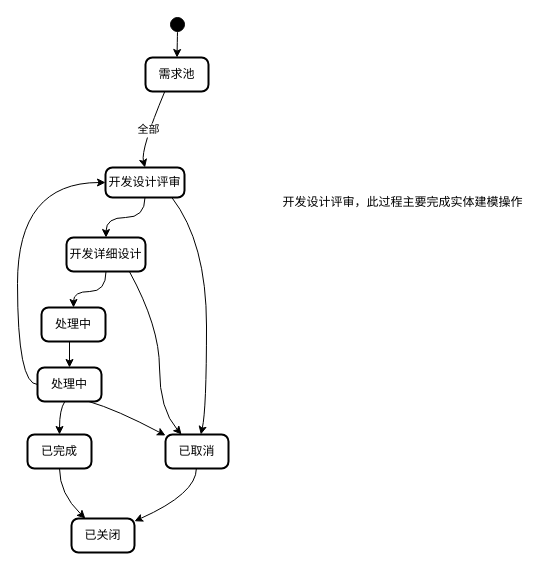
Above: 未命名绘图.drawio in bachcuda/etltool (draw.io), before the change. Source tidied: cells renumbered, new cells numbered last; positions are measured from the earlier drawing's top-left corner, leaving out a move shared by most shapes. Both pictures are drawn from the tidied source at 100%, with x=0, y=0 at pixel (27, 17).
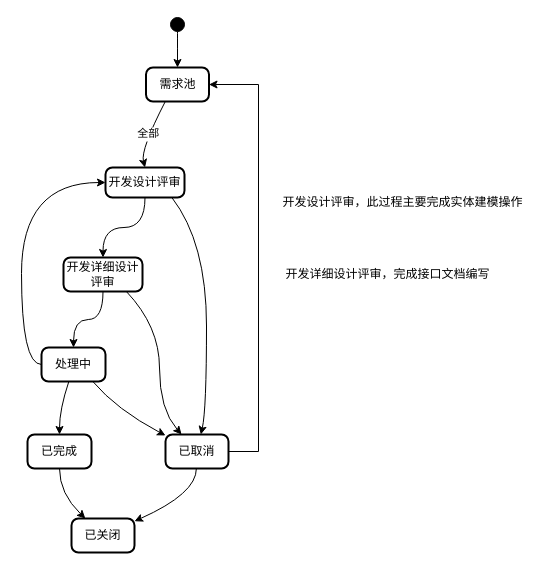
After the change.

Commit message (it also covers changes not shown here):
更新未命名绘图.drawio

The change refers to these unchanged cells:
```xml
<mxCell id="12" value="已取消" style="rounded=1;absoluteArcSize=1;arcSize=14;whiteSpace=wrap;strokeWidth=2;" parent="1" vertex="1">
  <mxGeometry x="138" y="417" width="63" height="34" as="geometry" />
</mxCell>
```

What changed in the source:
```diff
@@
     <mxCell id="3" value="需求池" style="rounded=1;absoluteArcSize=1;arcSize=14;whiteSpace=wrap;strokeWidth=2;" parent="1" vertex="1">
-      <mxGeometry x="118" y="40" width="63" height="34" as="geometry" />
+      <mxGeometry x="118.5" y="50" width="63" height="34" as="geometry" />
     </mxCell>
@@
-    <mxCell id="6" style="edgeStyle=orthogonalEdgeStyle;rounded=0;jettySize=auto;html=1;entryX=0.5;entryY=0;entryDx=0;entryDy=0;curved=1;" parent="1" edge="1" source="7" target="23">
+    <mxCell id="6" style="edgeStyle=orthogonalEdgeStyle;rounded=0;jettySize=auto;html=1;entryX=0.5;entryY=0;entryDx=0;entryDy=0;curved=1;" parent="1" edge="1" source="7" target="9">
       <mxGeometry relative="1" as="geometry" />
     </mxCell>
-    <mxCell id="7" value="开发详细设计" style="rounded=1;absoluteArcSize=1;arcSize=14;whiteSpace=wrap;strokeWidth=2;" parent="1" vertex="1">
-      <mxGeometry x="39" y="220" width="79" height="34" as="geometry" />
+    <mxCell id="7" value="开发详细设计评审" style="rounded=1;absoluteArcSize=1;arcSize=14;whiteSpace=wrap;strokeWidth=2;" parent="1" vertex="1">
+      <mxGeometry x="36" y="240" width="79" height="34" as="geometry" />
     </mxCell>
@@
     <mxCell id="9" value="处理中" style="rounded=1;absoluteArcSize=1;arcSize=14;whiteSpace=wrap;strokeWidth=2;" parent="1" vertex="1">
-      <mxGeometry x="10" y="350" width="64" height="34" as="geometry" />
+      <mxGeometry x="14" y="330" width="64" height="34" as="geometry" />
     </mxCell>
@@
+    <mxCell id="24" style="edgeStyle=entityRelationEdgeStyle;rounded=0;jettySize=auto;html=1;entryX=1;entryY=0.5;entryDx=0;entryDy=0;" parent="1" edge="1" source="12" target="3">
+      <mxGeometry relative="1" as="geometry" />
+    </mxCell>
@@
-    <mxCell id="22" style="edgeStyle=orthogonalEdgeStyle;rounded=0;jettySize=auto;html=1;exitX=0.5;exitY=1;exitDx=0;exitDy=0;entryX=0.5;entryY=0;entryDx=0;entryDy=0;" parent="1" edge="1" source="23" target="9">
-      <mxGeometry relative="1" as="geometry" />
-    </mxCell>
-    <mxCell id="23" value="处理中" style="rounded=1;absoluteArcSize=1;arcSize=14;whiteSpace=wrap;strokeWidth=2;" parent="1" vertex="1">
-      <mxGeometry x="14" y="290" width="64" height="34" as="geometry" />
-    </mxCell>
+    <mxCell id="25" value="开发详细设计评审，完成接口文档编写" style="text;html=1;align=center;verticalAlign=middle;strokeColor=none;fillColor=none;" parent="1" vertex="1">
+      <mxGeometry x="245" y="242" width="230" height="30" as="geometry" />
+    </mxCell>
```
